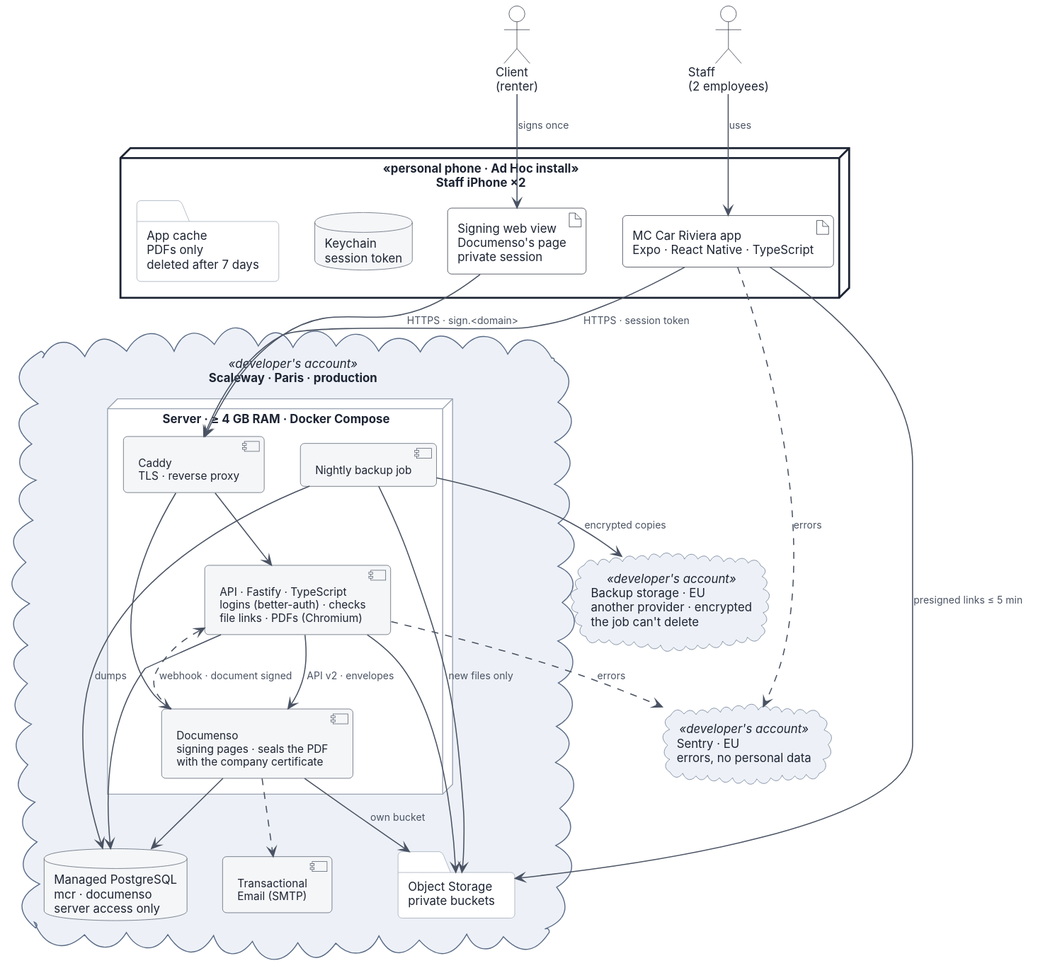
Above: docs/architecture/svg/01-system-overview.svg in ColJurten/mccarriviera-staff-app (PlantUML), before the change.
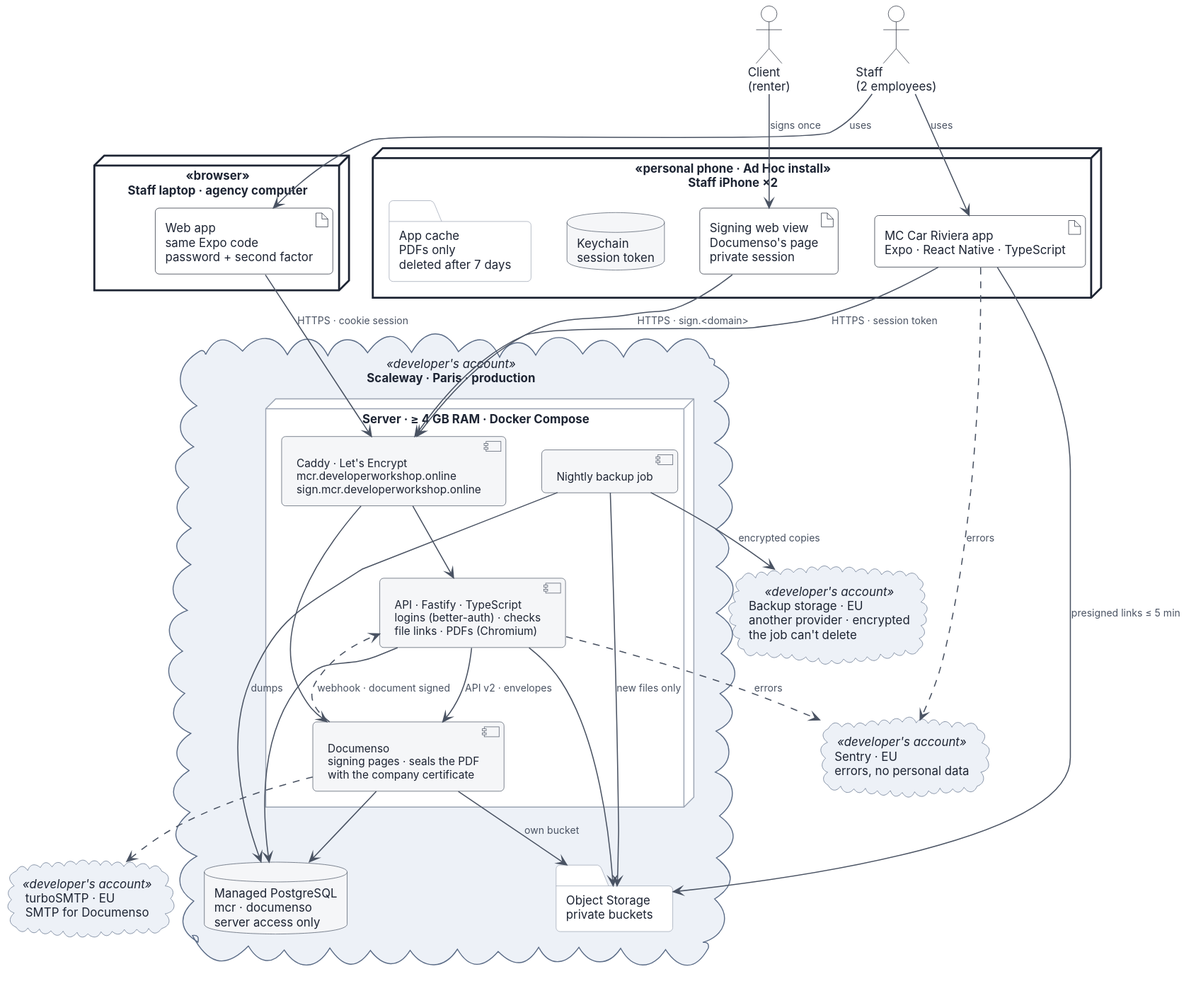
After the change.

What changed in the source:
```diff
@@ -13,22 +13,28 @@
   folder "App cache\nPDFs only\ndeleted after 7 days" as cache
 }
 
+node "Staff laptop · agency computer" <<browser>> as pc $DEVICE {
+  artifact "Web app\nsame Expo code\npassword + second factor" as web
+}
+
 cloud "Scaleway · Paris · production" <<developer's account>> as scw $DEVELOPER {
   node "Server · ≥ 4 GB RAM · Docker Compose" as srv {
-    component "Caddy\nTLS · reverse proxy" as caddy
+    component "Caddy · Let's Encrypt\nmcr.developerworkshop.online\nsign.mcr.developerworkshop.online" as caddy
     component "API · Fastify · TypeScript\nlogins (better-auth) · checks\nfile links · PDFs (Chromium)" as api
     component "Documenso\nsigning pages · seals the PDF\nwith the company certificate" as doc
     component "Nightly backup job" as job
   }
   database "Managed PostgreSQL\nmcr · documenso\nserver access only" as pg
   folder "Object Storage\nprivate buckets" as s3
-  component "Transactional\nEmail (SMTP)" as smtp
 }
+cloud "turboSMTP · EU\nSMTP for Documenso" <<developer's account>> as smtp $DEVELOPER
 
 cloud "Sentry · EU\nerrors, no personal data" <<developer's account>> as sentry $DEVELOPER
 cloud "Backup storage · EU\nanother provider · encrypted\nthe job can't delete" <<developer's account>> as bkp $DEVELOPER
 
 staff --> app : uses
+staff --> web : uses
+web --> caddy : HTTPS · cookie session
 client --> wv : signs once
 app --> caddy : HTTPS · session token
 wv --> caddy : HTTPS · sign.<domain>
```
